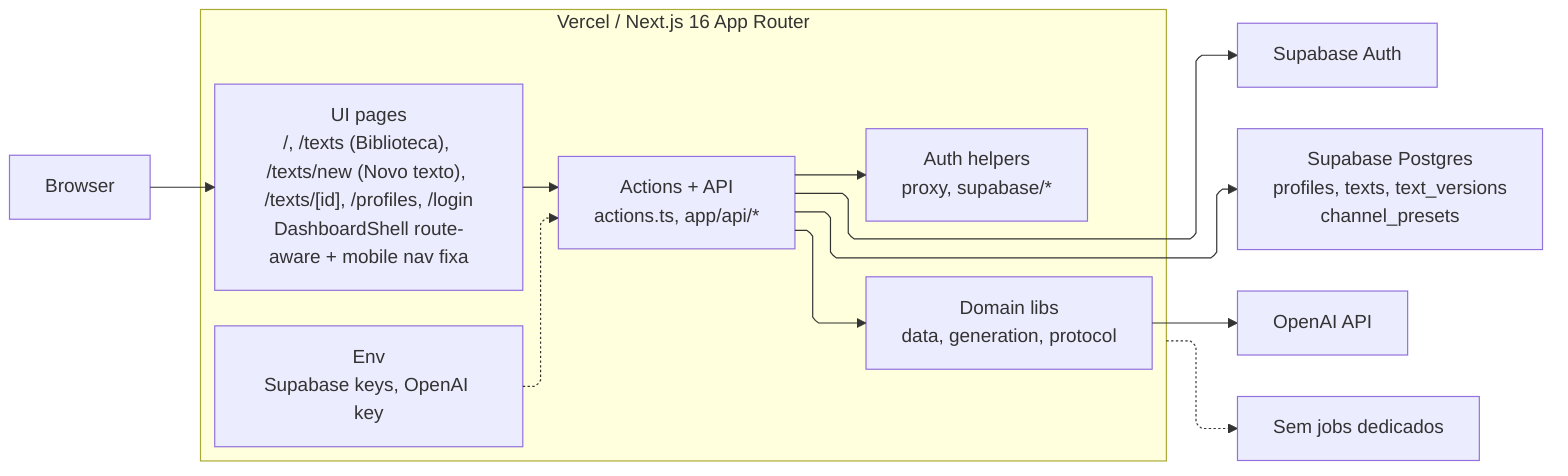
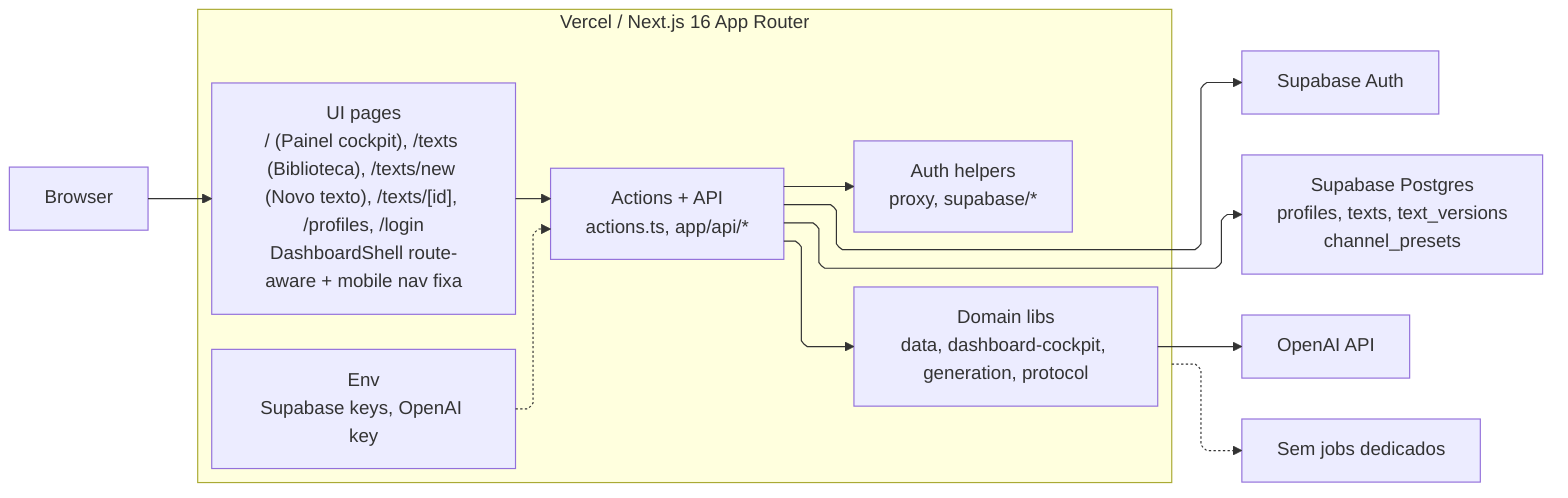
%%{init: {'flowchart': {'defaultRenderer': 'elk', 'curve': 'linear'}} }%%
flowchart LR
  B["Browser"] --> UI

  subgraph V["Vercel / Next.js 16 App Router"]
-     UI["UI pages<br/>/, /texts (Biblioteca), /texts/new (Novo texto), /texts/[id], /profiles, /login<br/>DashboardShell route-aware + mobile nav fixa"]
+     UI["UI pages<br/>/ (Painel cockpit), /texts (Biblioteca), /texts/new (Novo texto), /texts/[id], /profiles, /login<br/>DashboardShell route-aware + mobile nav fixa"]
    SA["Actions + API<br/>actions.ts, app/api/*"]
    AH["Auth helpers<br/>proxy, supabase/*"]
-     LD["Domain libs<br/>data, generation, protocol"]
+     LD["Domain libs<br/>data, dashboard-cockpit, generation, protocol"]
    ENV["Env<br/>Supabase keys, OpenAI key"]
  end

  SA --> AH
  SA --> LD
  ENV -.-> SA
  SA --> AUTH
  SA --> DB
  LD --> AI
  UI --> SA

  DB["Supabase Postgres<br/>profiles, texts, text_versions<br/>channel_presets"]
  AUTH["Supabase Auth"]
  AI["OpenAI API"]
  JOB["Sem jobs dedicados"]

-   V -.-> JOB
+   V -.-> JOB